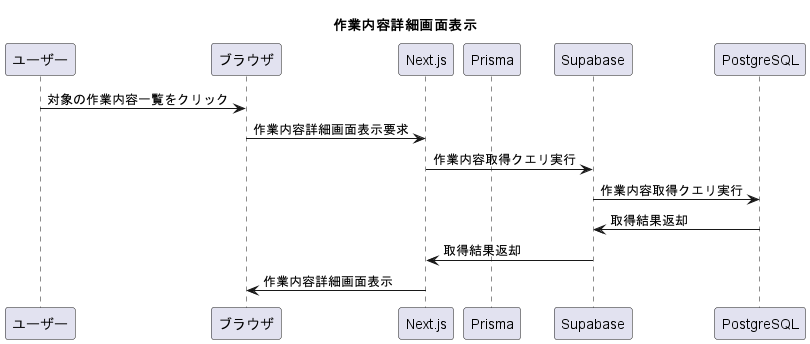
Before: uml/out/angerLog/pageCategoryDetail/pageCategoryDetail.png, a diagram exported from PlantUML (washogo/angerLogApp).
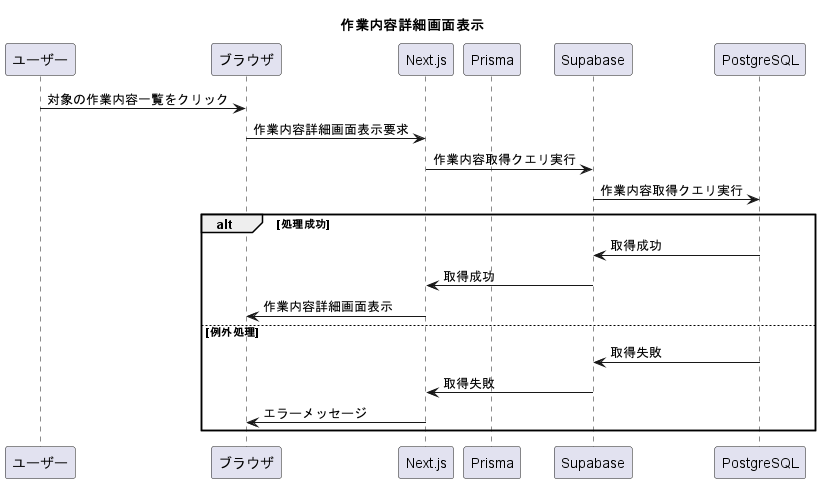
The same diagram one commit later.

Diff of the diagram source:
```diff
@@ -11,8 +11,14 @@
 ブラウザ -> Next.js: 作業内容詳細画面表示要求
 Next.js -> Supabase: 作業内容取得クエリ実行
 Supabase -> PostgreSQL: 作業内容取得クエリ実行
-PostgreSQL -> Supabase: 取得結果返却
-Supabase -> Next.js: 取得結果返却
-Next.js -> ブラウザ: 作業内容詳細画面表示
+alt 処理成功
+  PostgreSQL -> Supabase: 取得成功
+  Supabase -> Next.js: 取得成功
+  Next.js -> ブラウザ: 作業内容詳細画面表示
+else 例外処理
+  PostgreSQL -> Supabase: 取得失敗
+  Supabase -> Next.js: 取得失敗
+  Next.js -> ブラウザ: エラーメッセージ
+end
 
 @enduml
```
